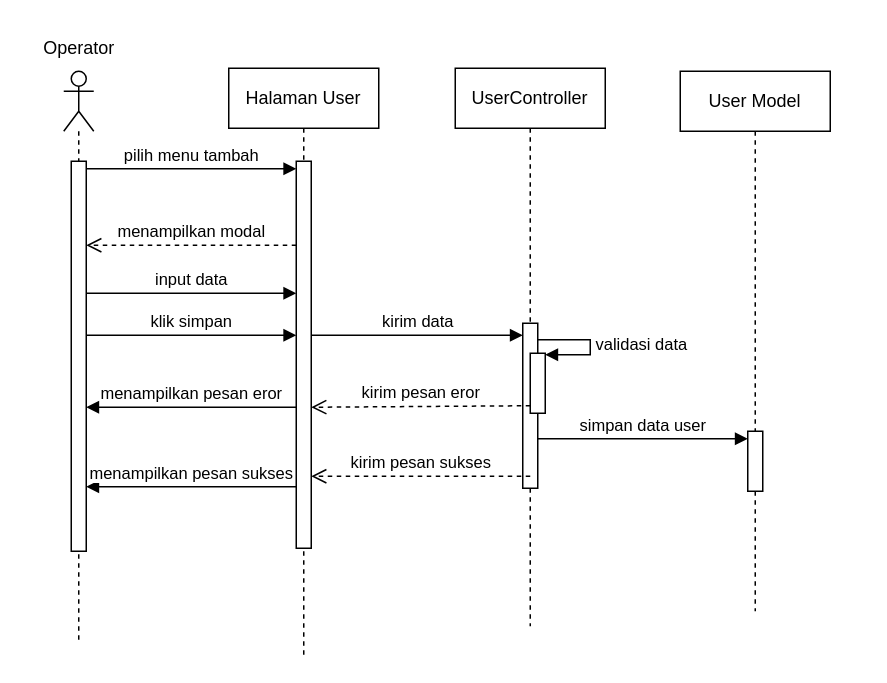
Before: page "Page-1" (1 of 6) of sequence diagram tambah data user.drawio in zzarr/Tugas-Akhir, a draw.io diagram. Source tidied: cells renumbered, new cells numbered last; positions are measured from the earlier drawing's top-left corner, leaving out a move shared by most shapes. Both pictures are drawn from the tidied source at 150%, with x=0, y=0 at pixel (26, 26).
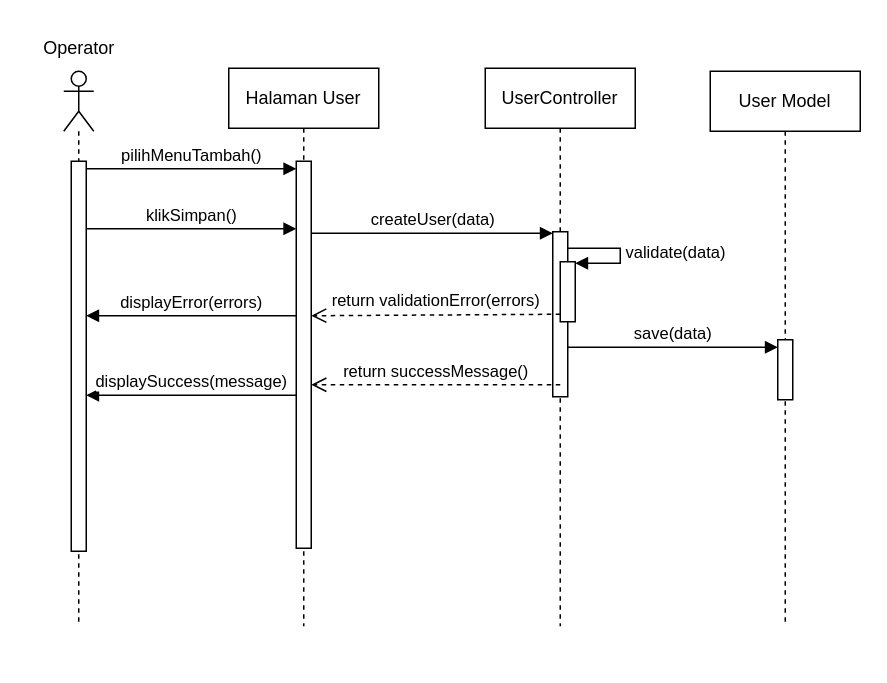
The same diagram, later.

Unchanged cells that the change refers to:
```xml
<mxCell id="3" style="html=1;points=[[0,0,0,0,5],[0,1,0,0,-5],[1,0,0,0,5],[1,1,0,0,-5]];perimeter=orthogonalPerimeter;outlineConnect=0;targetShapes=umlLifeline;portConstraint=eastwest;newEdgeStyle={&quot;curved&quot;:0,&quot;rounded&quot;:0};" parent="2" vertex="1">
  <mxGeometry x="45" y="62" width="10" height="258" as="geometry" />
</mxCell>
<mxCell id="9" style="html=1;points=[[0,0,0,0,5],[0,1,0,0,-5],[1,0,0,0,5],[1,1,0,0,-5]];perimeter=orthogonalPerimeter;outlineConnect=0;targetShapes=umlLifeline;portConstraint=eastwest;newEdgeStyle={&quot;curved&quot;:0,&quot;rounded&quot;:0};" parent="8" vertex="1">
  <mxGeometry x="5" y="60" width="10" height="260" as="geometry" />
</mxCell>
```

Change to the diagram source:
```diff
@@
     <mxCell id="2" value="Halaman User" style="shape=umlLifeline;perimeter=lifelinePerimeter;whiteSpace=wrap;html=1;newEdgeStyle={&quot;edgeStyle&quot;:&quot;elbowEdgeStyle&quot;,&quot;elbow&quot;:&quot;vertical&quot;,&quot;curved&quot;:0,&quot;rounded&quot;:0};" parent="1" vertex="1">
-      <mxGeometry x="135" y="28" width="100" height="392" as="geometry" />
+      <mxGeometry x="135" y="28" width="100" height="372" as="geometry" />
     </mxCell>
@@
     <mxCell id="4" value="UserController" style="shape=umlLifeline;perimeter=lifelinePerimeter;whiteSpace=wrap;html=1;newEdgeStyle={&quot;edgeStyle&quot;:&quot;elbowEdgeStyle&quot;,&quot;elbow&quot;:&quot;vertical&quot;,&quot;curved&quot;:0,&quot;rounded&quot;:0};" parent="1" vertex="1">
-      <mxGeometry x="286" y="28" width="100" height="372" as="geometry" />
+      <mxGeometry x="306" y="28" width="100" height="372" as="geometry" />
     </mxCell>
     <mxCell id="5" style="html=1;points=[];perimeter=orthogonalPerimeter;outlineConnect=0;targetShapes=umlLifeline;portConstraint=eastwest;newEdgeStyle={&quot;edgeStyle&quot;:&quot;elbowEdgeStyle&quot;,&quot;elbow&quot;:&quot;vertical&quot;,&quot;curved&quot;:0,&quot;rounded&quot;:0};" parent="4" vertex="1">
-      <mxGeometry x="45" y="170" width="10" height="110" as="geometry" />
+      <mxGeometry x="45" y="109" width="10" height="110" as="geometry" />
     </mxCell>
     <mxCell id="6" style="html=1;points=[[0,0,0,0,5],[0,1,0,0,-5],[1,0,0,0,5],[1,1,0,0,-5]];perimeter=orthogonalPerimeter;outlineConnect=0;targetShapes=umlLifeline;portConstraint=eastwest;newEdgeStyle={&quot;curved&quot;:0,&quot;rounded&quot;:0};" parent="4" vertex="1">
-      <mxGeometry x="50" y="190" width="10" height="40" as="geometry" />
+      <mxGeometry x="50" y="129" width="10" height="40" as="geometry" />
     </mxCell>
-    <mxCell id="7" value="validasi data" style="html=1;align=left;spacingLeft=2;endArrow=block;rounded=0;edgeStyle=orthogonalEdgeStyle;curved=0;rounded=0;" parent="4" edge="1">
+    <mxCell id="7" value="validate(data)" style="html=1;align=left;spacingLeft=2;endArrow=block;rounded=0;edgeStyle=orthogonalEdgeStyle;curved=0;rounded=0;" parent="4" edge="1">
       <mxGeometry relative="1" as="geometry">
-        <mxPoint x="55" y="181" as="sourcePoint" />
-        <mxPoint x="60" y="191" as="targetPoint" />
+        <mxPoint x="55" y="120" as="sourcePoint" />
+        <mxPoint x="60" y="130" as="targetPoint" />
         <Array as="points">
-          <mxPoint x="90" y="181" />
-          <mxPoint x="90" y="191" />
+          <mxPoint x="90" y="120" />
+          <mxPoint x="90" y="130" />
         </Array>
       </mxGeometry>
     </mxCell>
     <mxCell id="8" style="shape=umlLifeline;perimeter=lifelinePerimeter;whiteSpace=wrap;html=1;newEdgeStyle={&quot;curved&quot;:0,&quot;rounded&quot;:0};participant=umlActor;" parent="1" vertex="1">
-      <mxGeometry x="25" y="30" width="20" height="380" as="geometry" />
+      <mxGeometry x="25" y="30" width="20" height="370" as="geometry" />
     </mxCell>
@@
-    <mxCell id="11" value="pilih menu tambah" style="html=1;verticalAlign=bottom;endArrow=block;curved=0;rounded=0;entryX=0;entryY=0;entryDx=0;entryDy=5;" parent="1" edge="1" source="9" target="3">
+    <mxCell id="11" value="pilihMenuTambah()" style="html=1;verticalAlign=bottom;endArrow=block;curved=0;rounded=0;entryX=0;entryY=0;entryDx=0;entryDy=5;" parent="1" edge="1" source="9" target="3">
       <mxGeometry relative="1" as="geometry" />
     </mxCell>
-    <mxCell id="12" value="menampilkan modal" style="html=1;verticalAlign=bottom;endArrow=open;dashed=1;endSize=8;curved=0;rounded=0;exitX=0;exitY=1;exitDx=0;exitDy=-5;exitPerimeter=0;" parent="1" edge="1" target="9">
-      <mxGeometry relative="1" as="geometry">
-        <mxPoint x="180" y="146" as="sourcePoint" />
-      </mxGeometry>
-    </mxCell>
-    <mxCell id="13" value="input data" style="html=1;verticalAlign=bottom;endArrow=block;curved=0;rounded=0;" parent="1" edge="1" source="9">
-      <mxGeometry relative="1" as="geometry">
-        <mxPoint x="180" y="178" as="targetPoint" />
-      </mxGeometry>
-    </mxCell>
-    <mxCell id="14" value="klik simpan" style="html=1;verticalAlign=bottom;endArrow=block;curved=0;rounded=0;" parent="1" edge="1" source="9">
+    <mxCell id="14" value="klikSimpan()" style="html=1;verticalAlign=bottom;endArrow=block;curved=0;rounded=0;" parent="1" edge="1">
       <mxGeometry relative="1" as="geometry">
-        <mxPoint x="180" y="206" as="targetPoint" />
+        <mxPoint x="40" y="135" as="sourcePoint" />
+        <mxPoint x="180" y="135" as="targetPoint" />
       </mxGeometry>
     </mxCell>
-    <mxCell id="15" value="kirim data" style="html=1;verticalAlign=bottom;endArrow=block;curved=0;rounded=0;" parent="1" edge="1">
+    <mxCell id="15" value="createUser(data)" style="html=1;verticalAlign=bottom;endArrow=block;curved=0;rounded=0;" parent="1" edge="1" target="5">
       <mxGeometry relative="1" as="geometry">
-        <mxPoint x="190" y="206" as="sourcePoint" />
-        <mxPoint x="331" y="206" as="targetPoint" />
+        <mxPoint x="190" y="138" as="sourcePoint" />
       </mxGeometry>
     </mxCell>
-    <mxCell id="16" value="kirim pesan eror" style="html=1;verticalAlign=bottom;endArrow=open;dashed=1;endSize=8;curved=0;rounded=0;exitX=0;exitY=1;exitDx=0;exitDy=-5;exitPerimeter=0;" parent="1" edge="1" source="6">
+    <mxCell id="16" value="return validationError(errors)" style="html=1;verticalAlign=bottom;endArrow=open;dashed=1;endSize=8;curved=0;rounded=0;exitX=0;exitY=1;exitDx=0;exitDy=-5;exitPerimeter=0;" parent="1" edge="1" source="6">
       <mxGeometry relative="1" as="geometry">
-        <mxPoint x="190" y="254" as="targetPoint" />
+        <mxPoint x="190" y="193" as="targetPoint" />
       </mxGeometry>
     </mxCell>
-    <mxCell id="17" value="menampilkan pesan eror" style="html=1;verticalAlign=bottom;endArrow=block;curved=0;rounded=0;" parent="1" edge="1" target="9">
+    <mxCell id="17" value="displayError(errors)" style="html=1;verticalAlign=bottom;endArrow=block;curved=0;rounded=0;" parent="1" edge="1">
       <mxGeometry relative="1" as="geometry">
-        <mxPoint x="180" y="254" as="sourcePoint" />
+        <mxPoint x="180" y="193" as="sourcePoint" />
+        <mxPoint x="40" y="193" as="targetPoint" />
       </mxGeometry>
     </mxCell>
     <mxCell id="18" value="User Model" style="shape=umlLifeline;perimeter=lifelinePerimeter;whiteSpace=wrap;html=1;newEdgeStyle={&quot;curved&quot;:0,&quot;rounded&quot;:0};" parent="1" vertex="1">
-      <mxGeometry x="436" y="30" width="100" height="360" as="geometry" />
+      <mxGeometry x="456" y="30" width="100" height="370" as="geometry" />
     </mxCell>
     <mxCell id="19" style="html=1;points=[[0,0,0,0,5],[0,1,0,0,-5],[1,0,0,0,5],[1,1,0,0,-5]];perimeter=orthogonalPerimeter;outlineConnect=0;targetShapes=umlLifeline;portConstraint=eastwest;newEdgeStyle={&quot;curved&quot;:0,&quot;rounded&quot;:0};" parent="18" vertex="1">
-      <mxGeometry x="45" y="240" width="10" height="40" as="geometry" />
+      <mxGeometry x="45" y="179" width="10" height="40" as="geometry" />
     </mxCell>
-    <mxCell id="20" value="simpan data user" style="html=1;verticalAlign=bottom;endArrow=block;curved=0;rounded=0;entryX=0;entryY=0;entryDx=0;entryDy=5;entryPerimeter=0;" parent="1" edge="1" source="5" target="19">
+    <mxCell id="20" value="save(data)" style="html=1;verticalAlign=bottom;endArrow=block;curved=0;rounded=0;entryX=0;entryY=0;entryDx=0;entryDy=5;entryPerimeter=0;" parent="1" edge="1" source="5" target="19">
       <mxGeometry relative="1" as="geometry" />
     </mxCell>
-    <mxCell id="21" value="kirim pesan sukses" style="html=1;verticalAlign=bottom;endArrow=open;dashed=1;endSize=8;curved=0;rounded=0;exitX=0.5;exitY=0.927;exitDx=0;exitDy=0;exitPerimeter=0;" parent="1" edge="1" source="5" target="3">
-      <mxGeometry relative="1" as="geometry" />
+    <mxCell id="21" value="return successMessage()" style="html=1;verticalAlign=bottom;endArrow=open;dashed=1;endSize=8;curved=0;rounded=0;exitX=0.5;exitY=0.927;exitDx=0;exitDy=0;exitPerimeter=0;" parent="1" edge="1" source="5">
+      <mxGeometry relative="1" as="geometry">
+        <mxPoint x="190" y="239" as="targetPoint" />
+      </mxGeometry>
     </mxCell>
-    <mxCell id="22" value="menampilkan pesan sukses" style="html=1;verticalAlign=bottom;endArrow=block;curved=0;rounded=0;" parent="1" edge="1" target="9">
+    <mxCell id="22" value="displaySuccess(message)" style="html=1;verticalAlign=bottom;endArrow=block;curved=0;rounded=0;" parent="1" edge="1">
       <mxGeometry relative="1" as="geometry">
-        <mxPoint x="180" y="307" as="sourcePoint" />
+        <mxPoint x="180" y="246" as="sourcePoint" />
+        <mxPoint x="40" y="246" as="targetPoint" />
       </mxGeometry>
     </mxCell>
```
